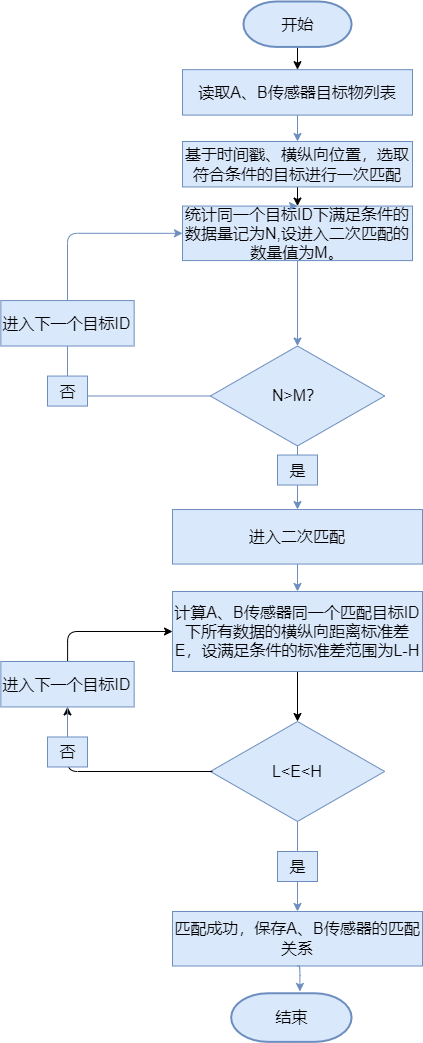
Above: 未命名绘图.drawio.png in huanyu1991/Angular-Learn (draw.io), before the change. Source tidied: cells renumbered, new cells last; positions are measured from the earlier drawing's top-left corner, leaving out a move shared by most shapes.
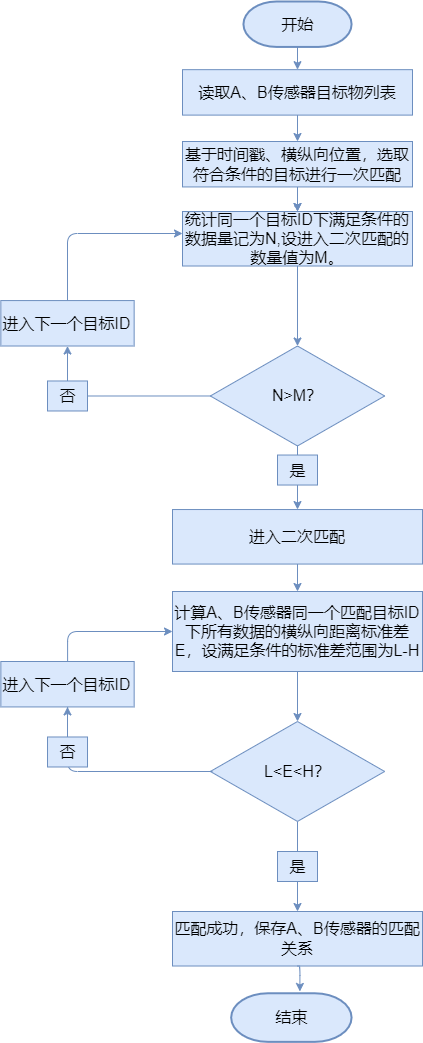
The same diagram one commit later.

Commit message:
更新未命名绘图.drawio.png

What changed in the source:
```diff
@@ -2,7 +2,7 @@
   <root>
     <mxCell id="0" />
     <mxCell id="1" parent="0" />
-    <mxCell id="2" style="edgeStyle=orthogonalEdgeStyle;jettySize=auto;html=1;exitX=0.5;exitY=1;exitDx=0;exitDy=0;exitPerimeter=0;strokeWidth=1;fontSize=16;" parent="1" edge="1" source="3" target="4">
+    <mxCell id="2" style="edgeStyle=orthogonalEdgeStyle;jettySize=auto;html=1;exitX=0.5;exitY=1;exitDx=0;exitDy=0;exitPerimeter=0;strokeWidth=1;fontSize=16;fillColor=#dae8fc;strokeColor=#6c8ebf;" parent="1" edge="1" source="3" target="4">
       <mxGeometry relative="1" as="geometry" />
     </mxCell>
     <mxCell id="3" value="&lt;font style=&quot;font-size: 16px;&quot;&gt;开始&lt;/font&gt;" style="shape=mxgraph.flowchart.terminator;strokeWidth=2;gradientDirection=north;fontStyle=0;html=1;fillColor=#dae8fc;strokeColor=#6c8ebf;" parent="1" vertex="1">
@@ -11,14 +11,14 @@
     <mxCell id="4" value="读取A、B传感器目标物列表" style="rounded=0;whiteSpace=wrap;html=1;fontSize=16;fillColor=#dae8fc;strokeColor=#6c8ebf;" parent="1" vertex="1">
       <mxGeometry x="182" y="68.2" width="230" height="45.4" as="geometry" />
     </mxCell>
-    <mxCell id="5" style="edgeStyle=orthogonalEdgeStyle;jettySize=auto;html=1;entryX=0.5;entryY=0;entryDx=0;entryDy=0;strokeWidth=1;fontSize=16;" parent="1" edge="1" source="6" target="7">
+    <mxCell id="5" style="edgeStyle=orthogonalEdgeStyle;jettySize=auto;html=1;entryX=0.5;entryY=0;entryDx=0;entryDy=0;strokeWidth=1;fontSize=16;fillColor=#dae8fc;strokeColor=#6c8ebf;" parent="1" edge="1" source="6" target="7">
       <mxGeometry relative="1" as="geometry" />
     </mxCell>
     <mxCell id="6" value="基于时间戳、横纵向位置，选取符合条件的目标进行一次匹配" style="rounded=0;whiteSpace=wrap;html=1;fontSize=16;fillColor=#dae8fc;strokeColor=#6c8ebf;" parent="1" vertex="1">
       <mxGeometry x="182" y="140" width="230" height="45.4" as="geometry" />
     </mxCell>
     <mxCell id="7" value="统计同一个目标ID下满足条件的数据量记为N,设进入二次匹配的数量值为M。" style="rounded=0;whiteSpace=wrap;html=1;fontSize=16;fillColor=#dae8fc;strokeColor=#6c8ebf;" parent="1" vertex="1">
-      <mxGeometry x="182" y="204.6" width="230" height="54.5" as="geometry" />
+      <mxGeometry x="182" y="210" width="230" height="54.5" as="geometry" />
     </mxCell>
     <mxCell id="8" style="edgeStyle=orthogonalEdgeStyle;jettySize=auto;html=1;exitX=0.5;exitY=1;exitDx=0;exitDy=0;entryX=0.5;entryY=0;entryDx=0;entryDy=0;strokeWidth=1;fontSize=16;fillColor=#dae8fc;strokeColor=#6c8ebf;" parent="1" edge="1" target="7">
       <mxGeometry relative="1" as="geometry">
@@ -28,7 +28,7 @@
     <mxCell id="9" value="进入二次匹配" style="rounded=0;whiteSpace=wrap;html=1;fontSize=16;fillColor=#dae8fc;strokeColor=#6c8ebf;" parent="1" vertex="1">
       <mxGeometry x="172" y="508" width="250" height="54.5" as="geometry" />
     </mxCell>
-    <mxCell id="10" style="edgeStyle=orthogonalEdgeStyle;jettySize=auto;html=1;exitX=0.5;exitY=1;exitDx=0;exitDy=0;entryX=0.5;entryY=0;entryDx=0;entryDy=0;strokeWidth=1;fontSize=16;" parent="1" edge="1" source="11" target="28">
+    <mxCell id="10" style="edgeStyle=orthogonalEdgeStyle;jettySize=auto;html=1;exitX=0.5;exitY=1;exitDx=0;exitDy=0;entryX=0.5;entryY=0;entryDx=0;entryDy=0;strokeWidth=1;fontSize=16;fillColor=#dae8fc;strokeColor=#6c8ebf;" parent="1" edge="1" source="11" target="28">
       <mxGeometry relative="1" as="geometry" />
     </mxCell>
     <mxCell id="11" value="计算A、B传感器同一个匹配目标ID下所有数据的横纵向距离标准差E，设满足条件的标准差范围为L-H" style="rounded=0;whiteSpace=wrap;html=1;fontSize=16;fillColor=#dae8fc;strokeColor=#6c8ebf;" parent="1" vertex="1">
@@ -49,8 +49,9 @@
     <mxCell id="16" style="edgeStyle=orthogonalEdgeStyle;jettySize=auto;html=1;exitX=0.5;exitY=1;exitDx=0;exitDy=0;entryX=0.571;entryY=-0.037;entryDx=0;entryDy=0;entryPerimeter=0;strokeWidth=1;fontSize=16;fillColor=#dae8fc;strokeColor=#6c8ebf;" parent="1" edge="1" source="13" target="15">
       <mxGeometry relative="1" as="geometry" />
     </mxCell>
-    <mxCell id="17" style="edgeStyle=orthogonalEdgeStyle;jettySize=auto;html=1;fontSize=16;fontStyle=1;strokeWidth=1;startArrow=none;fillColor=#dae8fc;strokeColor=#6c8ebf;entryX=0;entryY=0.5;entryDx=0;entryDy=0;" parent="1" edge="1" source="26" target="7">
+    <mxCell id="17" style="edgeStyle=orthogonalEdgeStyle;jettySize=auto;html=1;fontSize=16;fontStyle=1;strokeWidth=1;startArrow=none;fillColor=#dae8fc;strokeColor=#6c8ebf;" parent="1" edge="1" source="26">
       <mxGeometry relative="1" as="geometry">
+        <mxPoint x="182" y="232" as="targetPoint" />
         <Array as="points">
           <mxPoint x="67" y="231.6" />
         </Array>
@@ -59,6 +60,9 @@
     <mxCell id="18" style="edgeStyle=orthogonalEdgeStyle;jettySize=auto;html=1;exitX=0.5;exitY=1;exitDx=0;exitDy=0;entryX=0.5;entryY=0;entryDx=0;entryDy=0;strokeWidth=1;fontSize=16;startArrow=none;fillColor=#dae8fc;strokeColor=#6c8ebf;" parent="1" edge="1" source="24" target="9">
       <mxGeometry relative="1" as="geometry" />
     </mxCell>
+    <mxCell id="36" style="edgeStyle=orthogonalEdgeStyle;jettySize=auto;html=1;exitX=0;exitY=0.5;exitDx=0;exitDy=0;entryX=0.5;entryY=1;entryDx=0;entryDy=0;strokeWidth=1;fontSize=16;fillColor=#dae8fc;strokeColor=#6c8ebf;" parent="1" edge="1" source="19" target="26">
+      <mxGeometry relative="1" as="geometry" />
+    </mxCell>
     <mxCell id="19" value="N&amp;gt;M？" style="rhombus;whiteSpace=wrap;html=1;fontSize=16;fillColor=#dae8fc;strokeColor=#6c8ebf;" parent="1" vertex="1">
       <mxGeometry x="209.8" y="344.5" width="174.3" height="99.9" as="geometry" />
     </mxCell>
@@ -69,15 +73,8 @@
       <mxGeometry relative="1" as="geometry" />
     </mxCell>
     <mxCell id="22" value="否" style="text;html=1;align=center;verticalAlign=middle;points=[];fillColor=#dae8fc;strokeColor=#6c8ebf;rounded=0;fontSize=16;" parent="1" vertex="1">
-      <mxGeometry x="47" y="374.6" width="40" height="30" as="geometry" />
+      <mxGeometry x="47" y="379.5" width="40" height="30" as="geometry" />
     </mxCell>
-    <mxCell id="23" style="edgeStyle=orthogonalEdgeStyle;jettySize=auto;html=1;fontSize=16;fontStyle=1;strokeWidth=1;endArrow=none;fillColor=#dae8fc;strokeColor=#6c8ebf;" parent="1" edge="1" source="19" target="22">
-      <mxGeometry relative="1" as="geometry">
-        <Array as="points">
-          <mxPoint x="67" y="394.9" />
-        </Array>
-      </mxGeometry>
-    </mxCell>
     <mxCell id="24" value="是" style="text;html=1;align=center;verticalAlign=middle;points=[];fillColor=#dae8fc;strokeColor=#6c8ebf;rounded=0;fontSize=16;" parent="1" vertex="1">
       <mxGeometry x="277" y="453.5" width="40" height="30" as="geometry" />
     </mxCell>
@@ -87,13 +84,10 @@
     <mxCell id="26" value="进入下一个目标ID" style="rounded=0;whiteSpace=wrap;html=1;fontSize=16;fillColor=#dae8fc;strokeColor=#6c8ebf;" parent="1" vertex="1">
       <mxGeometry x="0.3" y="299.1" width="133.3" height="45.4" as="geometry" />
     </mxCell>
-    <mxCell id="27" style="edgeStyle=orthogonalEdgeStyle;jettySize=auto;html=1;fontSize=16;fontStyle=1;strokeWidth=1;startArrow=none;fillColor=#dae8fc;strokeColor=#6c8ebf;endArrow=none;" parent="1" edge="1" source="22" target="26">
-      <mxGeometry relative="1" as="geometry" />
-    </mxCell>
-    <mxCell id="28" value="L&amp;lt;E&amp;lt;H" style="rhombus;whiteSpace=wrap;html=1;fontSize=16;fillColor=#dae8fc;strokeColor=#6c8ebf;" parent="1" vertex="1">
+    <mxCell id="28" value="L&amp;lt;E&amp;lt;H？" style="rhombus;whiteSpace=wrap;html=1;fontSize=16;fillColor=#dae8fc;strokeColor=#6c8ebf;" parent="1" vertex="1">
       <mxGeometry x="209.8" y="720" width="174.3" height="99.9" as="geometry" />
     </mxCell>
-    <mxCell id="29" style="edgeStyle=orthogonalEdgeStyle;jettySize=auto;html=1;strokeWidth=1;fontSize=16;" parent="1" edge="1" target="34">
+    <mxCell id="29" style="edgeStyle=orthogonalEdgeStyle;jettySize=auto;html=1;strokeWidth=1;fontSize=16;fillColor=#dae8fc;strokeColor=#6c8ebf;" parent="1" edge="1" target="34">
       <mxGeometry relative="1" as="geometry">
         <mxPoint x="212" y="770" as="sourcePoint" />
         <Array as="points">
@@ -112,7 +106,7 @@
     <mxCell id="32" value="否" style="text;html=1;align=center;verticalAlign=middle;points=[];fillColor=#dae8fc;strokeColor=#6c8ebf;rounded=0;fontSize=16;" parent="1" vertex="1">
       <mxGeometry x="47" y="735.5" width="40" height="30" as="geometry" />
     </mxCell>
-    <mxCell id="33" style="edgeStyle=orthogonalEdgeStyle;jettySize=auto;html=1;strokeWidth=1;fontSize=16;entryX=0;entryY=0.5;entryDx=0;entryDy=0;" parent="1" edge="1" source="34" target="11">
+    <mxCell id="33" style="edgeStyle=orthogonalEdgeStyle;jettySize=auto;html=1;strokeWidth=1;fontSize=16;entryX=0;entryY=0.5;entryDx=0;entryDy=0;fillColor=#dae8fc;strokeColor=#6c8ebf;" parent="1" edge="1" source="34" target="11">
       <mxGeometry relative="1" as="geometry">
         <Array as="points">
           <mxPoint x="67" y="630" />
```
